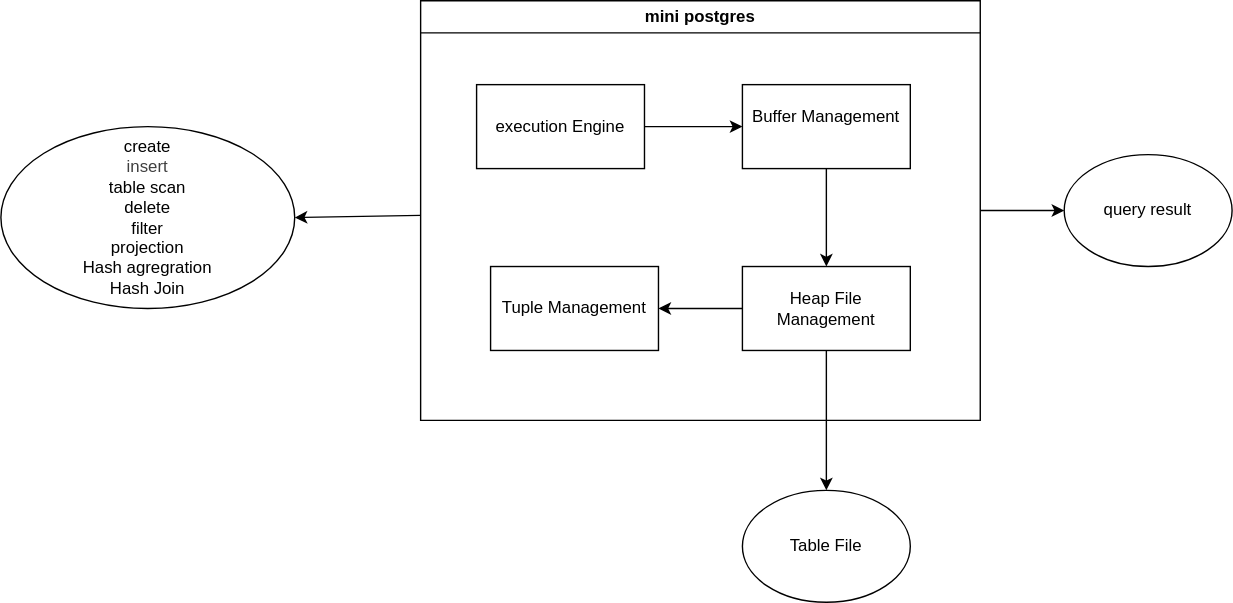
Before: vertical-bar/mini-postgres.drawio.svg, a diagram exported from draw.io (hoangnpdev/engineering-notes). Source tidied: cells renumbered, new cells last; positions are measured from the earlier drawing's top-left corner, leaving out a move shared by most shapes.
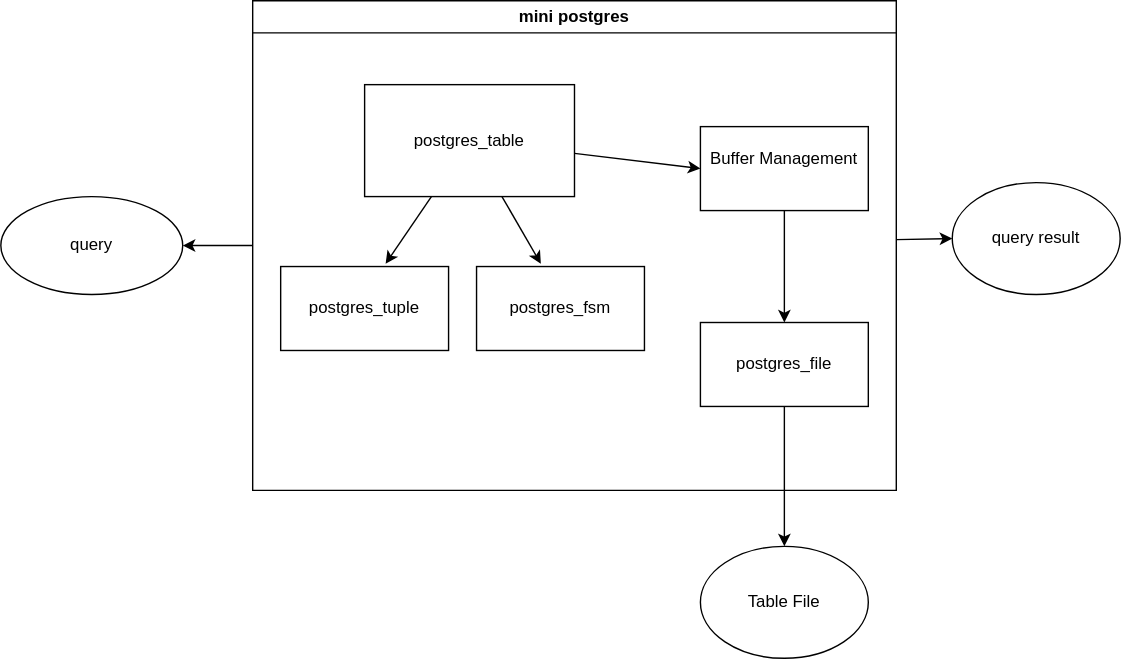
Later version of the same file.

What changed in the source:
```diff
@@ -9,37 +9,43 @@
       <mxGeometry relative="1" as="geometry" />
     </mxCell>
     <mxCell id="4" value="mini postgres" style="swimlane;whiteSpace=wrap;html=1;" parent="1" vertex="1">
-      <mxGeometry x="300" width="400" height="300" as="geometry" />
+      <mxGeometry x="240" y="-60" width="460" height="350" as="geometry" />
     </mxCell>
-    <mxCell id="5" style="edgeStyle=none;html=1;entryX=1;entryY=0.5;entryDx=0;entryDy=0;" parent="4" edge="1" source="6" target="11">
-      <mxGeometry relative="1" as="geometry" />
-    </mxCell>
-    <mxCell id="6" value="Heap File Management" style="rounded=0;whiteSpace=wrap;html=1;" parent="4" vertex="1">
-      <mxGeometry x="230" y="190" width="120" height="60" as="geometry" />
+    <mxCell id="6" value="postgres_file" style="rounded=0;whiteSpace=wrap;html=1;" parent="4" vertex="1">
+      <mxGeometry x="320" y="230" width="120" height="60" as="geometry" />
     </mxCell>
     <mxCell id="7" style="edgeStyle=none;html=1;entryX=0.5;entryY=0;entryDx=0;entryDy=0;" parent="4" edge="1" source="8" target="6">
       <mxGeometry relative="1" as="geometry" />
     </mxCell>
     <mxCell id="8" value="Buffer Management&lt;div&gt;&lt;br&gt;&lt;/div&gt;" style="rounded=0;whiteSpace=wrap;html=1;" parent="4" vertex="1">
-      <mxGeometry x="230" y="60" width="120" height="60" as="geometry" />
+      <mxGeometry x="320" y="90" width="120" height="60" as="geometry" />
     </mxCell>
     <mxCell id="9" style="edgeStyle=none;html=1;entryX=0;entryY=0.5;entryDx=0;entryDy=0;" parent="4" edge="1" source="10" target="8">
       <mxGeometry relative="1" as="geometry" />
     </mxCell>
-    <mxCell id="10" value="execution Engine" style="rounded=0;whiteSpace=wrap;html=1;" parent="4" vertex="1">
-      <mxGeometry x="40" y="60" width="120" height="60" as="geometry" />
+    <mxCell id="10" value="postgres_table" style="rounded=0;whiteSpace=wrap;html=1;" parent="4" vertex="1">
+      <mxGeometry x="80" y="60" width="150" height="80" as="geometry" />
     </mxCell>
-    <mxCell id="11" value="Tuple Management" style="rounded=0;whiteSpace=wrap;html=1;" parent="4" vertex="1">
-      <mxGeometry x="50" y="190" width="120" height="60" as="geometry" />
+    <mxCell id="11" value="postgres_tuple" style="rounded=0;whiteSpace=wrap;html=1;" parent="4" vertex="1">
+      <mxGeometry x="20" y="190" width="120" height="60" as="geometry" />
     </mxCell>
+    <mxCell id="5" value="postgres_fsm" style="rounded=0;whiteSpace=wrap;html=1;" parent="4" vertex="1">
+      <mxGeometry x="160" y="190" width="120" height="60" as="geometry" />
+    </mxCell>
+    <mxCell id="16" style="edgeStyle=none;html=1;entryX=0.625;entryY=-0.033;entryDx=0;entryDy=0;entryPerimeter=0;" parent="4" edge="1" source="10" target="11">
+      <mxGeometry relative="1" as="geometry" />
+    </mxCell>
+    <mxCell id="17" style="edgeStyle=none;html=1;entryX=0.383;entryY=-0.033;entryDx=0;entryDy=0;entryPerimeter=0;" parent="4" edge="1" source="10" target="5">
+      <mxGeometry relative="1" as="geometry" />
+    </mxCell>
-    <mxCell id="12" value="create&lt;div&gt;&lt;span style=&quot;color: rgb(63, 63, 63);&quot;&gt;insert&lt;/span&gt;&lt;font color=&quot;#000000&quot;&gt;&lt;br&gt;&lt;/font&gt;&lt;div&gt;table scan&lt;br&gt;&lt;div&gt;delete&lt;br&gt;filter&amp;nbsp;&lt;br&gt;projection&lt;br&gt;Hash agregration&lt;/div&gt;&lt;div&gt;Hash Join&lt;/div&gt;&lt;/div&gt;&lt;/div&gt;" style="ellipse;whiteSpace=wrap;html=1;" parent="1" vertex="1">
-      <mxGeometry y="90" width="210" height="130" as="geometry" />
+    <mxCell id="12" value="query" style="ellipse;whiteSpace=wrap;html=1;" parent="1" vertex="1">
+      <mxGeometry x="60" y="80" width="130" height="70" as="geometry" />
     </mxCell>
     <mxCell id="13" value="query result" style="ellipse;whiteSpace=wrap;html=1;" parent="1" vertex="1">
-      <mxGeometry x="760" y="110" width="120" height="80" as="geometry" />
+      <mxGeometry x="740" y="70" width="120" height="80" as="geometry" />
     </mxCell>
     <mxCell id="14" value="Table File" style="ellipse;whiteSpace=wrap;html=1;" parent="1" vertex="1">
-      <mxGeometry x="530" y="350" width="120" height="80" as="geometry" />
+      <mxGeometry x="560" y="330" width="120" height="80" as="geometry" />
     </mxCell>
     <mxCell id="15" style="edgeStyle=none;html=1;entryX=0.5;entryY=0;entryDx=0;entryDy=0;" parent="1" edge="1" source="6" target="14">
       <mxGeometry relative="1" as="geometry" />
```
